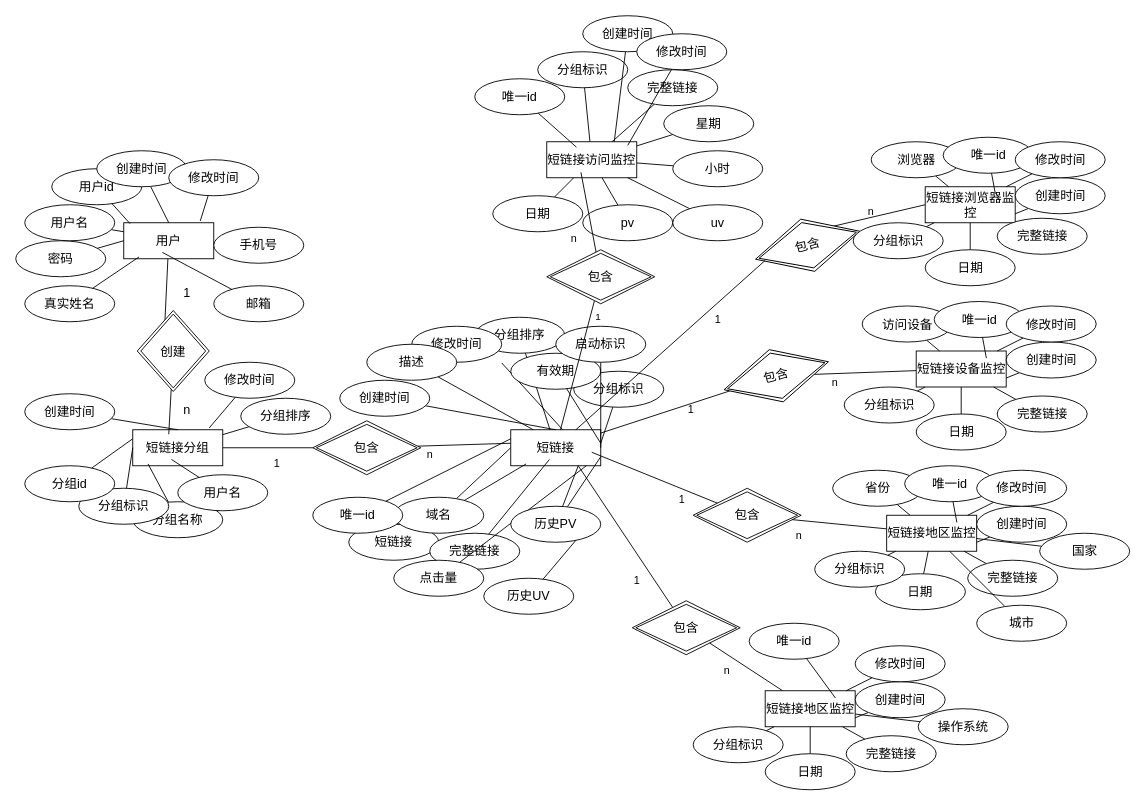
Earlier version of the draw.io diagram Untitled Diagram.drawio (ClownMing/some). Source tidied: cells renumbered, new cells numbered last; positions are measured from the earlier drawing's top-left corner, leaving out a move shared by most shapes. Both pictures are drawn from the tidied source at 90%, with x=0, y=0 at pixel (15, 15).
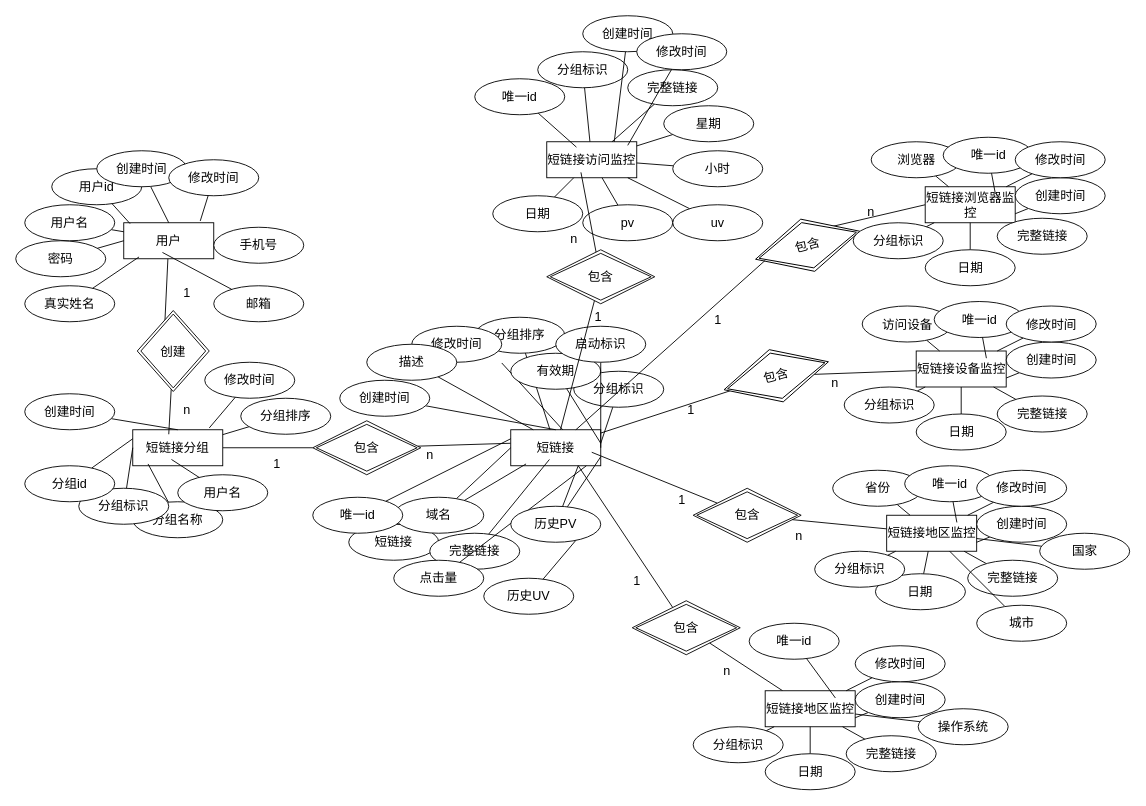
Above is the later version.

Unchanged cells that the change refers to:
```xml
<mxCell id="69" style="rounded=0;jettySize=auto;html=1;endArrow=none;startFill=0;fontSize=14;" parent="1" edge="1" source="71" target="37">
  <mxGeometry relative="1" as="geometry" />
</mxCell>
```

Diff of the diagram source:
```diff
@@
-    <mxCell id="70" value="1" style="edgeLabel;html=1;align=center;verticalAlign=middle;" parent="69" vertex="1">
+    <mxCell id="70" value="1" style="edgeLabel;html=1;align=center;verticalAlign=middle;fontSize=14;" parent="69" vertex="1">
       <mxGeometry x="-0.79" y="8" relative="1" as="geometry" />
     </mxCell>
@@
-    <mxCell id="173" value="1" style="text;html=1;align=center;verticalAlign=middle;strokeColor=none;fillColor=none;" parent="1" vertex="1">
+    <mxCell id="173" value="1" style="text;html=1;align=center;verticalAlign=middle;strokeColor=none;fillColor=none;fontSize=14;" parent="1" vertex="1">
       <mxGeometry x="275" y="483" width="30" height="30" as="geometry" />
     </mxCell>
-    <mxCell id="174" value="n" style="text;html=1;align=center;verticalAlign=middle;strokeColor=none;fillColor=none;" parent="1" vertex="1">
+    <mxCell id="174" value="n" style="text;html=1;align=center;verticalAlign=middle;strokeColor=none;fillColor=none;fontSize=14;" parent="1" vertex="1">
       <mxGeometry x="445" y="473" width="30" height="30" as="geometry" />
     </mxCell>
-    <mxCell id="175" value="n" style="text;html=1;align=center;verticalAlign=middle;strokeColor=none;fillColor=none;" parent="1" vertex="1">
+    <mxCell id="175" value="n" style="text;html=1;align=center;verticalAlign=middle;strokeColor=none;fillColor=none;fontSize=14;" parent="1" vertex="1">
       <mxGeometry x="605" y="233" width="30" height="30" as="geometry" />
     </mxCell>
-    <mxCell id="176" value="1" style="text;html=1;align=center;verticalAlign=middle;strokeColor=none;fillColor=none;" parent="1" vertex="1">
+    <mxCell id="176" value="1" style="text;html=1;align=center;verticalAlign=middle;strokeColor=none;fillColor=none;fontSize=14;" parent="1" vertex="1">
       <mxGeometry x="765" y="323" width="30" height="30" as="geometry" />
     </mxCell>
-    <mxCell id="177" value="n" style="text;html=1;align=center;verticalAlign=middle;strokeColor=none;fillColor=none;" parent="1" vertex="1">
+    <mxCell id="177" value="n" style="text;html=1;align=center;verticalAlign=middle;strokeColor=none;fillColor=none;fontSize=14;" parent="1" vertex="1">
       <mxGeometry x="935" y="203" width="30" height="30" as="geometry" />
     </mxCell>
-    <mxCell id="178" value="1" style="text;html=1;align=center;verticalAlign=middle;strokeColor=none;fillColor=none;" parent="1" vertex="1">
+    <mxCell id="178" value="1" style="text;html=1;align=center;verticalAlign=middle;strokeColor=none;fillColor=none;fontSize=14;" parent="1" vertex="1">
       <mxGeometry x="735" y="423" width="30" height="30" as="geometry" />
     </mxCell>
-    <mxCell id="179" value="n" style="text;html=1;align=center;verticalAlign=middle;strokeColor=none;fillColor=none;" parent="1" vertex="1">
+    <mxCell id="179" value="n" style="text;html=1;align=center;verticalAlign=middle;strokeColor=none;fillColor=none;fontSize=14;" parent="1" vertex="1">
       <mxGeometry x="895" y="393" width="30" height="30" as="geometry" />
     </mxCell>
-    <mxCell id="180" value="1" style="text;html=1;align=center;verticalAlign=middle;strokeColor=none;fillColor=none;" parent="1" vertex="1">
+    <mxCell id="180" value="1" style="text;html=1;align=center;verticalAlign=middle;strokeColor=none;fillColor=none;fontSize=14;" parent="1" vertex="1">
       <mxGeometry x="725" y="523" width="30" height="30" as="geometry" />
     </mxCell>
-    <mxCell id="181" value="n" style="text;html=1;align=center;verticalAlign=middle;strokeColor=none;fillColor=none;" parent="1" vertex="1">
+    <mxCell id="181" value="n" style="text;html=1;align=center;verticalAlign=middle;strokeColor=none;fillColor=none;fontSize=14;" parent="1" vertex="1">
       <mxGeometry x="855" y="563" width="30" height="30" as="geometry" />
     </mxCell>
-    <mxCell id="182" value="1" style="text;html=1;align=center;verticalAlign=middle;strokeColor=none;fillColor=none;" parent="1" vertex="1">
+    <mxCell id="182" value="1" style="text;html=1;align=center;verticalAlign=middle;strokeColor=none;fillColor=none;fontSize=14;" parent="1" vertex="1">
       <mxGeometry x="675" y="613" width="30" height="30" as="geometry" />
     </mxCell>
-    <mxCell id="183" value="n" style="text;html=1;align=center;verticalAlign=middle;strokeColor=none;fillColor=none;" parent="1" vertex="1">
+    <mxCell id="183" value="n" style="text;html=1;align=center;verticalAlign=middle;strokeColor=none;fillColor=none;fontSize=14;" parent="1" vertex="1">
       <mxGeometry x="775" y="713" width="30" height="30" as="geometry" />
     </mxCell>
```
